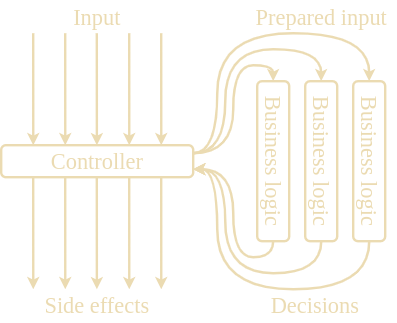
This is images/functional_architecture.png from ajguerrer/ajguerrer.github.io, a draw.io export, as it was before one commit. Source tidied: cells renumbered, new cells last; positions are measured from the earlier drawing's top-left corner, leaving out a move shared by most shapes.
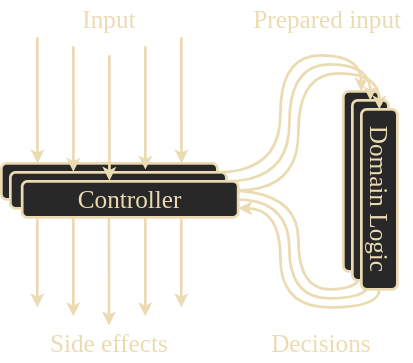
Later version of the same file.

Diff of the diagram source:
```diff
@@ -2,93 +2,43 @@
   <root>
     <mxCell id="0" />
     <mxCell id="1" parent="0" />
+    <mxCell id="7" style="rounded=1;whiteSpace=wrap;html=1;rotation=90;strokeColor=#EBDBB2;strokeWidth=3;fillColor=#282828;" parent="1" vertex="1">
+      <mxGeometry x="300" y="180" width="200" height="40" as="geometry" />
+    </mxCell>
-    <mxCell id="2" style="edgeStyle=orthogonalEdgeStyle;curved=1;rounded=0;jettySize=auto;html=1;exitX=1;exitY=0.25;exitDx=0;exitDy=0;entryX=0;entryY=0.5;entryDx=0;entryDy=0;startArrow=none;startFill=0;strokeColor=#EBDBB2;strokeWidth=3;" parent="1" edge="1" source="5" target="7">
+    <mxCell id="2" style="edgeStyle=orthogonalEdgeStyle;curved=1;rounded=0;jettySize=auto;html=1;exitX=1;exitY=0.25;exitDx=0;exitDy=0;entryX=0;entryY=0.5;entryDx=0;entryDy=0;strokeColor=#EBDBB2;strokeWidth=3;fontFamily=Work Sans;fontColor=#EBDBB2;" parent="1" edge="1" source="5" target="7">
       <mxGeometry relative="1" as="geometry">
         <Array as="points">
-          <mxPoint x="290" y="190" />
-          <mxPoint x="290" y="80" />
-          <mxPoint x="340" y="80" />
+          <mxPoint x="310" y="190" />
+          <mxPoint x="310" y="60" />
+          <mxPoint x="400" y="60" />
         </Array>
       </mxGeometry>
     </mxCell>
-    <mxCell id="3" style="edgeStyle=orthogonalEdgeStyle;curved=1;rounded=0;jettySize=auto;html=1;exitX=1;exitY=0.25;exitDx=0;exitDy=0;entryX=0;entryY=0.5;entryDx=0;entryDy=0;startArrow=none;startFill=0;strokeColor=#EBDBB2;strokeWidth=3;" parent="1" edge="1" source="5" target="11">
-      <mxGeometry relative="1" as="geometry">
-        <Array as="points">
-          <mxPoint x="280" y="190" />
-          <mxPoint x="280" y="60" />
-          <mxPoint x="400" y="60" />
-        </Array>
-      </mxGeometry>
-    </mxCell>
-    <mxCell id="4" style="edgeStyle=orthogonalEdgeStyle;curved=1;rounded=0;jettySize=auto;html=1;exitX=1;exitY=0.25;exitDx=0;exitDy=0;entryX=0;entryY=0.5;entryDx=0;entryDy=0;startArrow=none;startFill=0;strokeColor=#EBDBB2;strokeWidth=3;" parent="1" edge="1" source="5" target="9">
-      <mxGeometry relative="1" as="geometry">
-        <Array as="points">
-          <mxPoint x="270" y="190" />
-          <mxPoint x="270" y="40" />
-          <mxPoint x="460" y="40" />
-        </Array>
-      </mxGeometry>
-    </mxCell>
-    <mxCell id="5" style="rounded=1;whiteSpace=wrap;html=1;strokeColor=#EBDBB2;strokeWidth=3;fillColor=none;" parent="1" vertex="1">
+    <mxCell id="5" style="rounded=1;whiteSpace=wrap;html=1;strokeColor=#EBDBB2;strokeWidth=3;fillColor=#282828;" parent="1" vertex="1">
       <mxGeometry y="180" width="240" height="40" as="geometry" />
     </mxCell>
-    <mxCell id="6" style="edgeStyle=orthogonalEdgeStyle;curved=1;rounded=0;jettySize=auto;html=1;exitX=1;exitY=0.5;exitDx=0;exitDy=0;entryX=1;entryY=0.75;entryDx=0;entryDy=0;startArrow=none;startFill=0;strokeColor=#EBDBB2;strokeWidth=3;" parent="1" edge="1" source="7" target="5">
-      <mxGeometry relative="1" as="geometry">
-        <Array as="points">
-          <mxPoint x="340" y="320" />
-          <mxPoint x="290" y="320" />
-          <mxPoint x="290" y="210" />
-        </Array>
-      </mxGeometry>
-    </mxCell>
-    <mxCell id="7" style="rounded=1;whiteSpace=wrap;html=1;rotation=90;strokeColor=#EBDBB2;strokeWidth=3;fillColor=none;" parent="1" vertex="1">
-      <mxGeometry x="240" y="180" width="200" height="40" as="geometry" />
-    </mxCell>
-    <mxCell id="8" style="edgeStyle=orthogonalEdgeStyle;curved=1;rounded=0;jettySize=auto;html=1;exitX=1;exitY=0.5;exitDx=0;exitDy=0;startArrow=none;startFill=0;entryX=1;entryY=0.75;entryDx=0;entryDy=0;strokeColor=#EBDBB2;strokeWidth=3;" parent="1" edge="1" source="9" target="5">
-      <mxGeometry relative="1" as="geometry">
-        <Array as="points">
-          <mxPoint x="460" y="360" />
-          <mxPoint x="270" y="360" />
-          <mxPoint x="270" y="210" />
-        </Array>
-      </mxGeometry>
-    </mxCell>
-    <mxCell id="9" style="rounded=1;whiteSpace=wrap;html=1;rotation=90;strokeColor=#EBDBB2;strokeWidth=3;fillColor=none;" parent="1" vertex="1">
-      <mxGeometry x="360" y="180" width="200" height="40" as="geometry" />
-    </mxCell>
-    <mxCell id="10" style="edgeStyle=orthogonalEdgeStyle;curved=1;rounded=0;jettySize=auto;html=1;exitX=1;exitY=0.5;exitDx=0;exitDy=0;entryX=1;entryY=0.75;entryDx=0;entryDy=0;startArrow=none;startFill=0;strokeColor=#EBDBB2;strokeWidth=3;" parent="1" edge="1" source="11" target="5">
-      <mxGeometry relative="1" as="geometry">
-        <Array as="points">
-          <mxPoint x="400" y="340" />
-          <mxPoint x="280" y="340" />
-          <mxPoint x="280" y="210" />
-        </Array>
-      </mxGeometry>
-    </mxCell>
-    <mxCell id="11" style="rounded=1;whiteSpace=wrap;html=1;rotation=90;strokeColor=#EBDBB2;strokeWidth=3;fillColor=none;" parent="1" vertex="1">
-      <mxGeometry x="300" y="180" width="200" height="40" as="geometry" />
-    </mxCell>
+    <mxCell id="30" style="edgeStyle=orthogonalEdgeStyle;curved=1;rounded=0;jettySize=auto;html=1;exitX=1;exitY=0.25;exitDx=0;exitDy=0;entryX=0;entryY=0.5;entryDx=0;entryDy=0;strokeColor=#EBDBB2;strokeWidth=3;fontFamily=Work Sans;fontColor=#EBDBB2;" parent="1" edge="1" source="33" target="11">
+      <mxGeometry relative="1" as="geometry">
+        <Array as="points">
+          <mxPoint x="320" y="200" />
+          <mxPoint x="320" y="70" />
+          <mxPoint x="410" y="70" />
+        </Array>
+      </mxGeometry>
+    </mxCell>
     <mxCell id="12" style="endArrow=classic;html=1;entryX=0.167;entryY=0;entryDx=0;entryDy=0;entryPerimeter=0;strokeColor=#EBDBB2;strokeWidth=3;" parent="1" edge="1" target="5">
       <mxGeometry relative="1" as="geometry">
         <mxPoint x="40" y="40" as="sourcePoint" />
       </mxGeometry>
     </mxCell>
-    <mxCell id="13" style="endArrow=classic;html=1;entryX=0.167;entryY=0;entryDx=0;entryDy=0;entryPerimeter=0;strokeColor=#EBDBB2;strokeWidth=3;" parent="1" edge="1">
+    <mxCell id="13" style="endArrow=classic;html=1;entryX=0.292;entryY=-0.017;entryDx=0;entryDy=0;entryPerimeter=0;strokeColor=#EBDBB2;strokeWidth=3;" parent="1" edge="1" target="33">
       <mxGeometry relative="1" as="geometry">
-        <mxPoint x="80" y="40" as="sourcePoint" />
-        <mxPoint x="80.1" y="180" as="targetPoint" />
+        <mxPoint x="80" y="50" as="sourcePoint" />
       </mxGeometry>
     </mxCell>
-    <mxCell id="14" style="endArrow=classic;html=1;entryX=0.167;entryY=0;entryDx=0;entryDy=0;entryPerimeter=0;strokeColor=#EBDBB2;strokeWidth=3;" parent="1" edge="1">
-      <mxGeometry relative="1" as="geometry">
-        <mxPoint x="119.5" y="40" as="sourcePoint" />
-        <mxPoint x="119.6" y="180" as="targetPoint" />
-      </mxGeometry>
-    </mxCell>
-    <mxCell id="15" style="endArrow=classic;html=1;entryX=0.167;entryY=0;entryDx=0;entryDy=0;entryPerimeter=0;strokeColor=#EBDBB2;strokeWidth=3;" parent="1" edge="1">
+    <mxCell id="15" style="endArrow=classic;html=1;entryX=0.625;entryY=-0.079;entryDx=0;entryDy=0;entryPerimeter=0;strokeColor=#EBDBB2;strokeWidth=3;" parent="1" edge="1" target="33">
       <mxGeometry relative="1" as="geometry">
-        <mxPoint x="160" y="40" as="sourcePoint" />
-        <mxPoint x="160.1" y="180" as="targetPoint" />
+        <mxPoint x="160" y="50" as="sourcePoint" />
       </mxGeometry>
     </mxCell>
     <mxCell id="16" style="endArrow=classic;html=1;entryX=0.167;entryY=0;entryDx=0;entryDy=0;entryPerimeter=0;strokeColor=#EBDBB2;strokeWidth=3;" parent="1" edge="1">
@@ -97,16 +47,16 @@
         <mxPoint x="200.1" y="180" as="targetPoint" />
       </mxGeometry>
     </mxCell>
-    <mxCell id="17" style="endArrow=classic;html=1;entryX=0.167;entryY=0;entryDx=0;entryDy=0;entryPerimeter=0;strokeColor=#EBDBB2;strokeWidth=3;" parent="1" edge="1">
+    <mxCell id="17" style="endArrow=classic;html=1;strokeColor=#EBDBB2;strokeWidth=3;" parent="1" edge="1">
       <mxGeometry relative="1" as="geometry">
         <mxPoint x="40" y="220" as="sourcePoint" />
-        <mxPoint x="40.1" y="360" as="targetPoint" />
+        <mxPoint x="40" y="340" as="targetPoint" />
       </mxGeometry>
     </mxCell>
-    <mxCell id="18" style="endArrow=classic;html=1;entryX=0.167;entryY=0;entryDx=0;entryDy=0;entryPerimeter=0;strokeColor=#EBDBB2;strokeWidth=3;" parent="1" edge="1">
+    <mxCell id="18" style="endArrow=classic;html=1;strokeColor=#EBDBB2;strokeWidth=3;" parent="1" edge="1">
       <mxGeometry relative="1" as="geometry">
         <mxPoint x="80" y="220" as="sourcePoint" />
-        <mxPoint x="80.1" y="360" as="targetPoint" />
+        <mxPoint x="80" y="350" as="targetPoint" />
       </mxGeometry>
     </mxCell>
     <mxCell id="19" style="endArrow=classic;html=1;entryX=0.167;entryY=0;entryDx=0;entryDy=0;entryPerimeter=0;strokeColor=#EBDBB2;strokeWidth=3;" parent="1" edge="1">
@@ -115,30 +65,18 @@
         <mxPoint x="119.6" y="360" as="targetPoint" />
       </mxGeometry>
     </mxCell>
-    <mxCell id="20" style="endArrow=classic;html=1;entryX=0.167;entryY=0;entryDx=0;entryDy=0;entryPerimeter=0;strokeColor=#EBDBB2;strokeWidth=3;" parent="1" edge="1">
+    <mxCell id="20" style="endArrow=classic;html=1;strokeColor=#EBDBB2;strokeWidth=3;" parent="1" edge="1">
       <mxGeometry relative="1" as="geometry">
         <mxPoint x="160" y="220" as="sourcePoint" />
-        <mxPoint x="160.1" y="360" as="targetPoint" />
+        <mxPoint x="160" y="350" as="targetPoint" />
       </mxGeometry>
     </mxCell>
-    <mxCell id="21" style="endArrow=classic;html=1;entryX=0.167;entryY=0;entryDx=0;entryDy=0;entryPerimeter=0;strokeColor=#EBDBB2;strokeWidth=3;" parent="1" edge="1">
+    <mxCell id="21" style="endArrow=classic;html=1;strokeColor=#EBDBB2;strokeWidth=3;" parent="1" edge="1">
       <mxGeometry relative="1" as="geometry">
         <mxPoint x="200" y="220" as="sourcePoint" />
-        <mxPoint x="200.1" y="360" as="targetPoint" />
+        <mxPoint x="200" y="340" as="targetPoint" />
       </mxGeometry>
     </mxCell>
-    <mxCell id="22" value="Controller" style="text;fontSize=28;align=center;verticalAlign=middle;html=1;fontColor=#EBDBB2;whiteSpace=wrap;fontFamily=Work Sans;FType=g;fillColor=none;strokeColor=none;strokeWidth=3;" parent="1" vertex="1">
-      <mxGeometry x="43.1" y="180" width="153.7" height="40" as="geometry" />
-    </mxCell>
-    <mxCell id="23" value="Business logic" style="text;fontSize=28;align=center;verticalAlign=middle;html=1;fontColor=#EBDBB2;whiteSpace=wrap;fontFamily=Work Sans;FType=g;fillColor=none;strokeColor=none;strokeWidth=3;rotation=90;" parent="1" vertex="1">
-      <mxGeometry x="370" y="180" width="180" height="40" as="geometry" />
-    </mxCell>
-    <mxCell id="24" value="Business logic" style="text;fontSize=28;align=center;verticalAlign=middle;html=1;fontColor=#EBDBB2;whiteSpace=wrap;fontFamily=Work Sans;FType=g;fillColor=none;strokeColor=none;strokeWidth=3;rotation=90;" parent="1" vertex="1">
-      <mxGeometry x="250" y="180" width="180" height="40" as="geometry" />
-    </mxCell>
-    <mxCell id="25" value="Business logic" style="text;fontSize=28;align=center;verticalAlign=middle;html=1;fontColor=#EBDBB2;whiteSpace=wrap;fontFamily=Work Sans;FType=g;fillColor=none;strokeColor=none;strokeWidth=3;rotation=90;" parent="1" vertex="1">
-      <mxGeometry x="310" y="180" width="180" height="40" as="geometry" />
-    </mxCell>
     <mxCell id="26" value="Input" style="text;fontSize=28;align=center;verticalAlign=middle;html=1;fontColor=#EBDBB2;whiteSpace=wrap;fontFamily=Work Sans;FType=g;fillColor=none;strokeColor=none;strokeWidth=3;" parent="1" vertex="1">
       <mxGeometry x="43.1" width="153.7" height="40" as="geometry" />
     </mxCell>
@@ -146,10 +84,57 @@
       <mxGeometry x="43.1" y="360" width="153.7" height="40" as="geometry" />
     </mxCell>
     <mxCell id="28" value="Prepared input" style="text;fontSize=28;align=center;verticalAlign=middle;html=1;fontColor=#EBDBB2;whiteSpace=wrap;fontFamily=Work Sans;FType=g;fillColor=none;strokeColor=none;strokeWidth=3;" parent="1" vertex="1">
-      <mxGeometry x="307.5" width="185" height="40" as="geometry" />
+      <mxGeometry x="270" width="185" height="40" as="geometry" />
     </mxCell>
     <mxCell id="29" value="Decisions" style="text;fontSize=28;align=center;verticalAlign=middle;html=1;fontColor=#EBDBB2;whiteSpace=wrap;fontFamily=Work Sans;FType=g;fillColor=none;strokeColor=none;strokeWidth=3;" parent="1" vertex="1">
-      <mxGeometry x="300" y="360" width="185" height="40" as="geometry" />
+      <mxGeometry x="263.1" y="360" width="185" height="40" as="geometry" />
     </mxCell>
+    <mxCell id="31" style="edgeStyle=orthogonalEdgeStyle;curved=1;rounded=0;jettySize=auto;html=1;exitX=1;exitY=0.5;exitDx=0;exitDy=0;entryX=1;entryY=0.75;entryDx=0;entryDy=0;strokeColor=#EBDBB2;strokeWidth=3;fontFamily=Work Sans;fontColor=#EBDBB2;" parent="1" edge="1" source="9" target="22">
+      <mxGeometry relative="1" as="geometry">
+        <Array as="points">
+          <mxPoint x="420" y="340" />
+          <mxPoint x="310" y="340" />
+          <mxPoint x="310" y="230" />
+        </Array>
+      </mxGeometry>
+    </mxCell>
+    <mxCell id="32" style="edgeStyle=orthogonalEdgeStyle;curved=1;rounded=0;jettySize=auto;html=1;exitX=1;exitY=0.5;exitDx=0;exitDy=0;entryX=1;entryY=0.75;entryDx=0;entryDy=0;strokeColor=#EBDBB2;strokeWidth=3;fontFamily=Work Sans;fontColor=#EBDBB2;" parent="1" edge="1" source="11" target="33">
+      <mxGeometry relative="1" as="geometry" />
+    </mxCell>
+    <mxCell id="6" style="edgeStyle=orthogonalEdgeStyle;curved=1;rounded=0;jettySize=auto;html=1;exitX=1;exitY=0.5;exitDx=0;exitDy=0;entryX=1;entryY=0.75;entryDx=0;entryDy=0;strokeColor=#EBDBB2;strokeWidth=3;fontFamily=Work Sans;fontColor=#EBDBB2;" parent="1" edge="1" source="7" target="5">
+      <mxGeometry relative="1" as="geometry">
+        <Array as="points">
+          <mxPoint x="400" y="320" />
+          <mxPoint x="330" y="320" />
+          <mxPoint x="330" y="210" />
+        </Array>
+      </mxGeometry>
+    </mxCell>
+    <mxCell id="33" style="rounded=1;whiteSpace=wrap;html=1;strokeColor=#EBDBB2;strokeWidth=3;fillColor=#282828;" parent="1" vertex="1">
+      <mxGeometry x="10" y="190" width="240" height="40" as="geometry" />
+    </mxCell>
+    <mxCell id="22" value="&lt;font color=&quot;#ebdbb2&quot; face=&quot;Work Sans&quot;&gt;&lt;span style=&quot;font-size: 28px&quot;&gt;Controller&lt;/span&gt;&lt;/font&gt;" style="rounded=1;whiteSpace=wrap;html=1;strokeColor=#EBDBB2;strokeWidth=3;fillColor=#282828;" parent="1" vertex="1">
+      <mxGeometry x="23.1" y="200" width="240" height="40" as="geometry" />
+    </mxCell>
+    <mxCell id="14" style="endArrow=classic;html=1;entryX=0.404;entryY=-0.017;entryDx=0;entryDy=0;entryPerimeter=0;strokeColor=#EBDBB2;strokeWidth=3;" parent="1" edge="1" target="22">
+      <mxGeometry relative="1" as="geometry">
+        <mxPoint x="120" y="60" as="sourcePoint" />
+      </mxGeometry>
+    </mxCell>
+    <mxCell id="11" style="rounded=1;whiteSpace=wrap;html=1;rotation=90;strokeColor=#EBDBB2;strokeWidth=3;fillColor=#282828;" parent="1" vertex="1">
+      <mxGeometry x="310" y="190" width="200" height="40" as="geometry" />
+    </mxCell>
+    <mxCell id="9" value="&lt;font&gt;&lt;span style=&quot;font-size: 28px;&quot;&gt;Domain Logic&lt;br&gt;&lt;/span&gt;&lt;/font&gt;" style="rounded=1;whiteSpace=wrap;html=1;rotation=90;strokeColor=#EBDBB2;strokeWidth=3;fillColor=#282828;fontFamily=Work Sans;fontColor=#EBDBB2;labelBackgroundColor=#282828;" parent="1" vertex="1">
+      <mxGeometry x="320" y="200" width="200" height="40" as="geometry" />
+    </mxCell>
+    <mxCell id="34" style="edgeStyle=orthogonalEdgeStyle;curved=1;rounded=0;jettySize=auto;html=1;exitX=1;exitY=0.25;exitDx=0;exitDy=0;entryX=0;entryY=0.5;entryDx=0;entryDy=0;strokeColor=#EBDBB2;strokeWidth=3;fontFamily=Work Sans;fontColor=#EBDBB2;" parent="1" edge="1" source="22" target="9">
+      <mxGeometry relative="1" as="geometry">
+        <Array as="points">
+          <mxPoint x="330" y="210" />
+          <mxPoint x="330" y="80" />
+          <mxPoint x="420" y="80" />
+        </Array>
+      </mxGeometry>
+    </mxCell>
   </root>
 </mxGraphModel>
```
